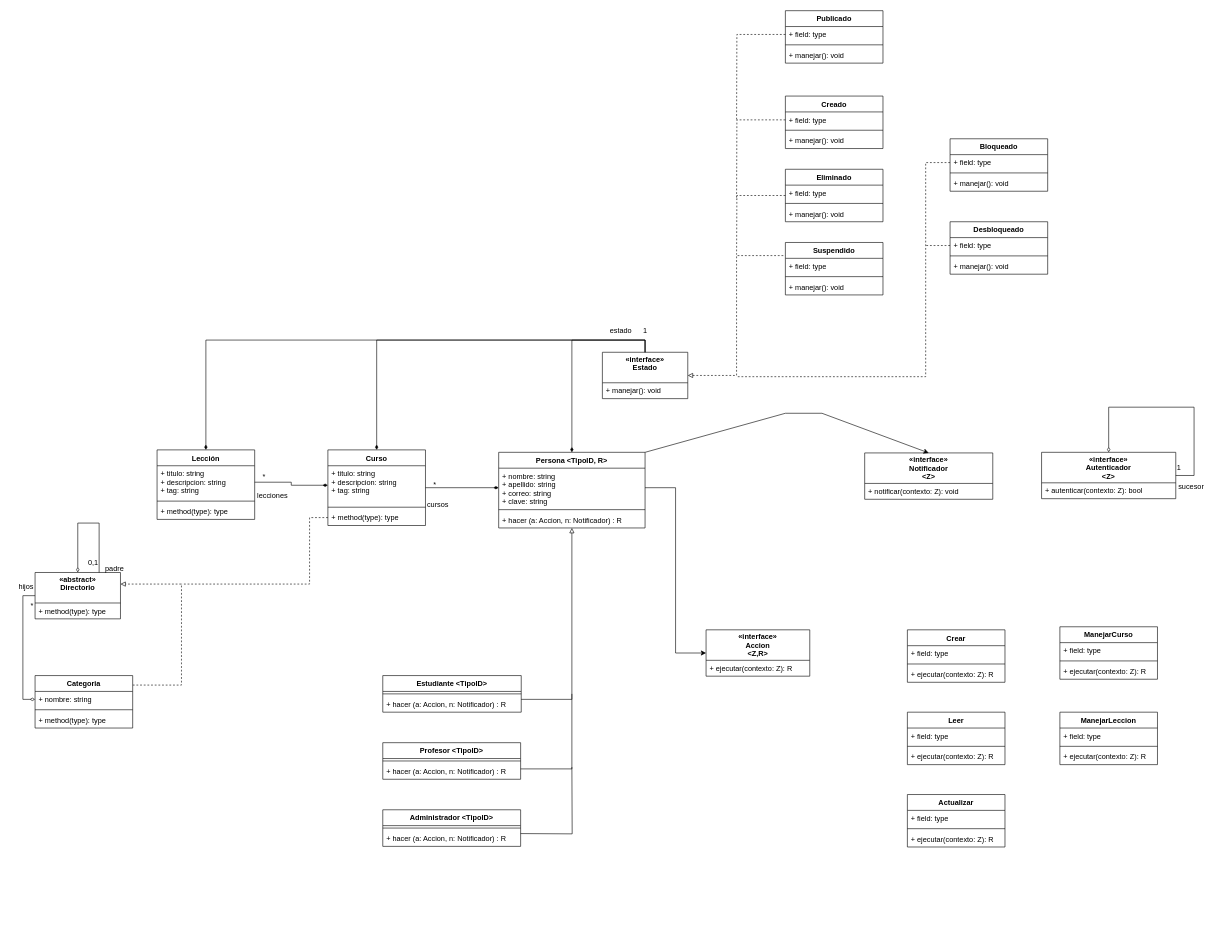
Above: Propuesta1ProyectoDesarrollo.drawio in ernestod10/Diagramas (draw.io), before the change. Source tidied: cells renumbered, new cells numbered last; positions are measured from the earlier drawing's top-left corner, leaving out a move shared by most shapes. Both pictures are drawn from the tidied source at 61%, with x=0, y=0 at pixel (10, 10).
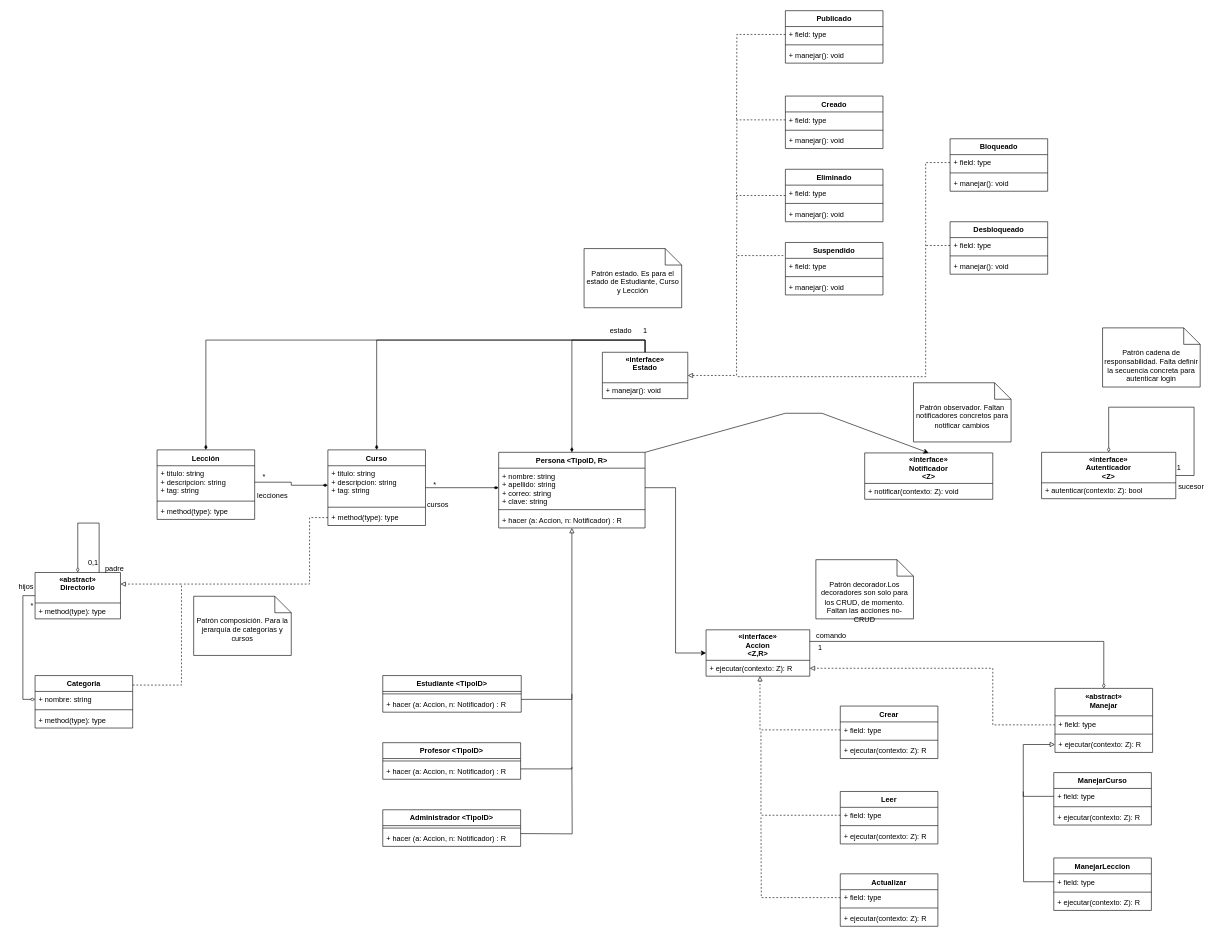
The same diagram, later.

Unchanged cells that the change refers to:
```xml
<mxCell id="40" value="«interface»&#10;Accion&#10;&lt;Z,R&gt;" style="swimlane;fontStyle=1;horizontal=1;startSize=50;fillColor=none;" parent="1" vertex="1">
  <mxGeometry x="1140" y="1015" width="170" height="76" as="geometry" />
</mxCell>
<mxCell id="41" value="+ ejecutar(contexto: Z): R" style="text;strokeColor=none;fillColor=none;align=left;verticalAlign=top;spacingLeft=4;spacingRight=4;overflow=hidden;points=[[0,0.5],[1,0.5]];portConstraint=eastwest;" parent="40" vertex="1">
  <mxGeometry y="50" width="170" height="26" as="geometry" />
</mxCell>
<mxCell id="77" value="+ field: type" style="text;strokeColor=none;fillColor=none;align=left;verticalAlign=top;spacingLeft=4;spacingRight=4;overflow=hidden;points=[[0,0.5],[1,0.5]];portConstraint=eastwest;" parent="76" vertex="1">
  <mxGeometry y="26" width="160" height="26" as="geometry" />
</mxCell>
<mxCell id="86" value="+ field: type" style="text;strokeColor=none;fillColor=none;align=left;verticalAlign=top;spacingLeft=4;spacingRight=4;overflow=hidden;points=[[0,0.5],[1,0.5]];portConstraint=eastwest;" parent="85" vertex="1">
  <mxGeometry y="26" width="160" height="26" as="geometry" />
</mxCell>
<mxCell id="90" value="+ field: type" style="text;strokeColor=none;fillColor=none;align=left;verticalAlign=top;spacingLeft=4;spacingRight=4;overflow=hidden;points=[[0,0.5],[1,0.5]];portConstraint=eastwest;" parent="89" vertex="1">
  <mxGeometry y="26" width="160" height="26" as="geometry" />
</mxCell>
<mxCell id="107" value="+ field: type" style="text;strokeColor=none;fillColor=none;align=left;verticalAlign=top;spacingLeft=4;spacingRight=4;overflow=hidden;points=[[0,0.5],[1,0.5]];portConstraint=eastwest;" parent="106" vertex="1">
  <mxGeometry y="26" width="160" height="26" as="geometry" />
</mxCell>
<mxCell id="111" value="+ field: type" style="text;strokeColor=none;fillColor=none;align=left;verticalAlign=top;spacingLeft=4;spacingRight=4;overflow=hidden;points=[[0,0.5],[1,0.5]];portConstraint=eastwest;" parent="110" vertex="1">
  <mxGeometry y="26" width="160" height="26" as="geometry" />
</mxCell>
```

The edit, as a diff of the source:
```diff
@@
     <mxCell id="76" value="Crear" style="swimlane;fontStyle=1;align=center;verticalAlign=top;horizontal=1;startSize=26;" parent="1" vertex="1">
-      <mxGeometry x="1470" y="1015" width="160" height="86" as="geometry" />
+      <mxGeometry x="1360" y="1140" width="160" height="86" as="geometry" />
     </mxCell>
@@
     <mxCell id="85" value="Leer" style="swimlane;fontStyle=1;align=center;verticalAlign=top;horizontal=1;startSize=26;" parent="1" vertex="1">
-      <mxGeometry x="1470" y="1150" width="160" height="86" as="geometry" />
+      <mxGeometry x="1360" y="1280" width="160" height="86" as="geometry" />
     </mxCell>
@@
     <mxCell id="89" value="Actualizar" style="swimlane;fontStyle=1;align=center;verticalAlign=top;horizontal=1;startSize=26;" parent="1" vertex="1">
-      <mxGeometry x="1470" y="1285" width="160" height="86" as="geometry" />
+      <mxGeometry x="1360" y="1415" width="160" height="86" as="geometry" />
     </mxCell>
@@
     <mxCell id="106" value="ManejarCurso" style="swimlane;fontStyle=1;align=center;verticalAlign=top;horizontal=1;startSize=26;" parent="1" vertex="1">
-      <mxGeometry x="1720" y="1010" width="160" height="86" as="geometry" />
+      <mxGeometry x="1710" y="1249" width="160" height="86" as="geometry" />
     </mxCell>
@@
     <mxCell id="110" value="ManejarLeccion" style="swimlane;fontStyle=1;align=center;verticalAlign=top;horizontal=1;startSize=26;" parent="1" vertex="1">
-      <mxGeometry x="1720" y="1150" width="160" height="86" as="geometry" />
+      <mxGeometry x="1710" y="1389" width="160" height="86" as="geometry" />
     </mxCell>
@@
+    <mxCell id="114" style="edgeStyle=orthogonalEdgeStyle;rounded=0;jettySize=auto;html=1;strokeColor=default;startArrow=none;startFill=0;endArrow=block;endFill=0;dashed=1;entryX=1;entryY=0.5;entryDx=0;entryDy=0;" parent="1" edge="1" target="41">
+      <mxGeometry relative="1" as="geometry">
+        <mxPoint x="1712" y="1170.8" as="sourcePoint" />
+        <Array as="points">
+          <mxPoint x="1610" y="1171" />
+          <mxPoint x="1610" y="1078" />
+        </Array>
+      </mxGeometry>
+    </mxCell>
+    <mxCell id="115" style="edgeStyle=orthogonalEdgeStyle;rounded=0;jettySize=auto;html=1;entryX=1;entryY=0.25;entryDx=0;entryDy=0;strokeColor=default;startArrow=diamondThin;startFill=0;endArrow=none;endFill=0;" parent="1" edge="1" source="116" target="40">
+      <mxGeometry relative="1" as="geometry">
+        <Array as="points">
+          <mxPoint x="1792" y="1034" />
+        </Array>
+      </mxGeometry>
+    </mxCell>
+    <mxCell id="116" value="«abstract»&#10;Manejar&#10;" style="swimlane;fontStyle=1;align=center;verticalAlign=top;horizontal=1;startSize=45;" parent="1" vertex="1">
+      <mxGeometry x="1712" y="1111" width="160" height="105" as="geometry" />
+    </mxCell>
+    <mxCell id="117" value="+ field: type" style="text;strokeColor=none;fillColor=none;align=left;verticalAlign=top;spacingLeft=4;spacingRight=4;overflow=hidden;" parent="116" vertex="1">
+      <mxGeometry y="45" width="160" height="26" as="geometry" />
+    </mxCell>
+    <mxCell id="118" style="line;strokeWidth=1;fillColor=none;align=left;verticalAlign=middle;spacingTop=-1;spacingLeft=3;spacingRight=3;labelPosition=right;strokeColor=inherit;" parent="116" vertex="1">
+      <mxGeometry y="71" width="160" height="8" as="geometry" />
+    </mxCell>
+    <mxCell id="119" value="+ ejecutar(contexto: Z): R" style="text;strokeColor=none;fillColor=none;align=left;verticalAlign=top;spacingLeft=4;spacingRight=4;overflow=hidden;points=[[0,0.5],[1,0.5]];portConstraint=eastwest;" parent="116" vertex="1">
+      <mxGeometry y="79" width="160" height="26" as="geometry" />
+    </mxCell>
+    <mxCell id="120" style="edgeStyle=orthogonalEdgeStyle;rounded=0;jettySize=auto;html=1;entryX=0;entryY=0.5;entryDx=0;entryDy=0;strokeColor=default;startArrow=none;startFill=0;endArrow=block;endFill=0;" parent="1" edge="1" source="107" target="119">
+      <mxGeometry relative="1" as="geometry">
+        <Array as="points">
+          <mxPoint x="1660" y="1288" />
+          <mxPoint x="1660" y="1203" />
+        </Array>
+      </mxGeometry>
+    </mxCell>
+    <mxCell id="121" style="edgeStyle=orthogonalEdgeStyle;rounded=0;jettySize=auto;html=1;exitX=0;exitY=0.5;exitDx=0;exitDy=0;strokeColor=default;startArrow=none;startFill=0;endArrow=none;endFill=0;" parent="1" edge="1" source="111">
+      <mxGeometry relative="1" as="geometry">
+        <mxPoint x="1660" y="1280" as="targetPoint" />
+      </mxGeometry>
+    </mxCell>
+    <mxCell id="122" style="edgeStyle=orthogonalEdgeStyle;rounded=0;jettySize=auto;html=1;entryX=0.52;entryY=0.995;entryDx=0;entryDy=0;entryPerimeter=0;dashed=1;strokeColor=default;startArrow=none;startFill=0;endArrow=block;endFill=0;" parent="1" edge="1" source="77" target="41">
+      <mxGeometry relative="1" as="geometry" />
+    </mxCell>
+    <mxCell id="123" style="edgeStyle=orthogonalEdgeStyle;rounded=0;jettySize=auto;html=1;dashed=1;strokeColor=default;startArrow=none;startFill=0;endArrow=none;endFill=0;" parent="1" edge="1" source="86">
+      <mxGeometry relative="1" as="geometry">
+        <mxPoint x="1230" y="1180" as="targetPoint" />
+        <Array as="points">
+          <mxPoint x="1230" y="1319" />
+        </Array>
+      </mxGeometry>
+    </mxCell>
+    <mxCell id="124" style="edgeStyle=orthogonalEdgeStyle;rounded=0;jettySize=auto;html=1;dashed=1;strokeColor=default;startArrow=none;startFill=0;endArrow=none;endFill=0;" parent="1" edge="1" source="90">
+      <mxGeometry relative="1" as="geometry">
+        <mxPoint x="1230" y="1320" as="targetPoint" />
+      </mxGeometry>
+    </mxCell>
+    <mxCell id="125" value="comando" style="text;html=1;align=center;verticalAlign=middle;strokeColor=none;fillColor=none;" parent="1" vertex="1">
+      <mxGeometry x="1310" y="1010" width="70" height="30" as="geometry" />
+    </mxCell>
+    <mxCell id="126" value="1" style="text;html=1;align=center;verticalAlign=middle;strokeColor=none;fillColor=none;" parent="1" vertex="1">
+      <mxGeometry x="1312" y="1030" width="30" height="30" as="geometry" />
+    </mxCell>
+    <mxCell id="127" value="&lt;div&gt;Patrón decorador.Los decoradores son solo para los CRUD, de momento. &lt;br&gt;&lt;/div&gt;&lt;div&gt;Faltan las acciones no-CRUD&lt;br&gt;&lt;/div&gt;" style="shape=note2;boundedLbl=1;whiteSpace=wrap;html=1;size=27;verticalAlign=top;align=center;" parent="1" vertex="1">
+      <mxGeometry x="1320" y="900" width="160" height="97" as="geometry" />
+    </mxCell>
+    <mxCell id="128" value="Patrón observador. Faltan notificadores concretos para notificar cambios" style="shape=note2;boundedLbl=1;whiteSpace=wrap;html=1;size=27;verticalAlign=top;align=center;" parent="1" vertex="1">
+      <mxGeometry x="1480" y="610" width="160" height="97" as="geometry" />
+    </mxCell>
+    <mxCell id="129" value="Patrón cadena de responsabilidad. Falta definir la secuencia concreta para autenticar login" style="shape=note2;boundedLbl=1;whiteSpace=wrap;html=1;size=27;verticalAlign=top;align=center;" parent="1" vertex="1">
+      <mxGeometry x="1790" y="520" width="160" height="97" as="geometry" />
+    </mxCell>
+    <mxCell id="130" value="Patrón estado. Es para el estado de Estudiante, Curso y Lección" style="shape=note2;boundedLbl=1;whiteSpace=wrap;html=1;size=27;verticalAlign=top;align=center;" parent="1" vertex="1">
+      <mxGeometry x="940" y="390" width="160" height="97" as="geometry" />
+    </mxCell>
+    <mxCell id="131" value="Patrón composición. Para la jerarquía de categorías y cursos" style="shape=note2;boundedLbl=1;whiteSpace=wrap;html=1;size=27;verticalAlign=top;align=center;" parent="1" vertex="1">
+      <mxGeometry x="300" y="960" width="160" height="97" as="geometry" />
+    </mxCell>
```
